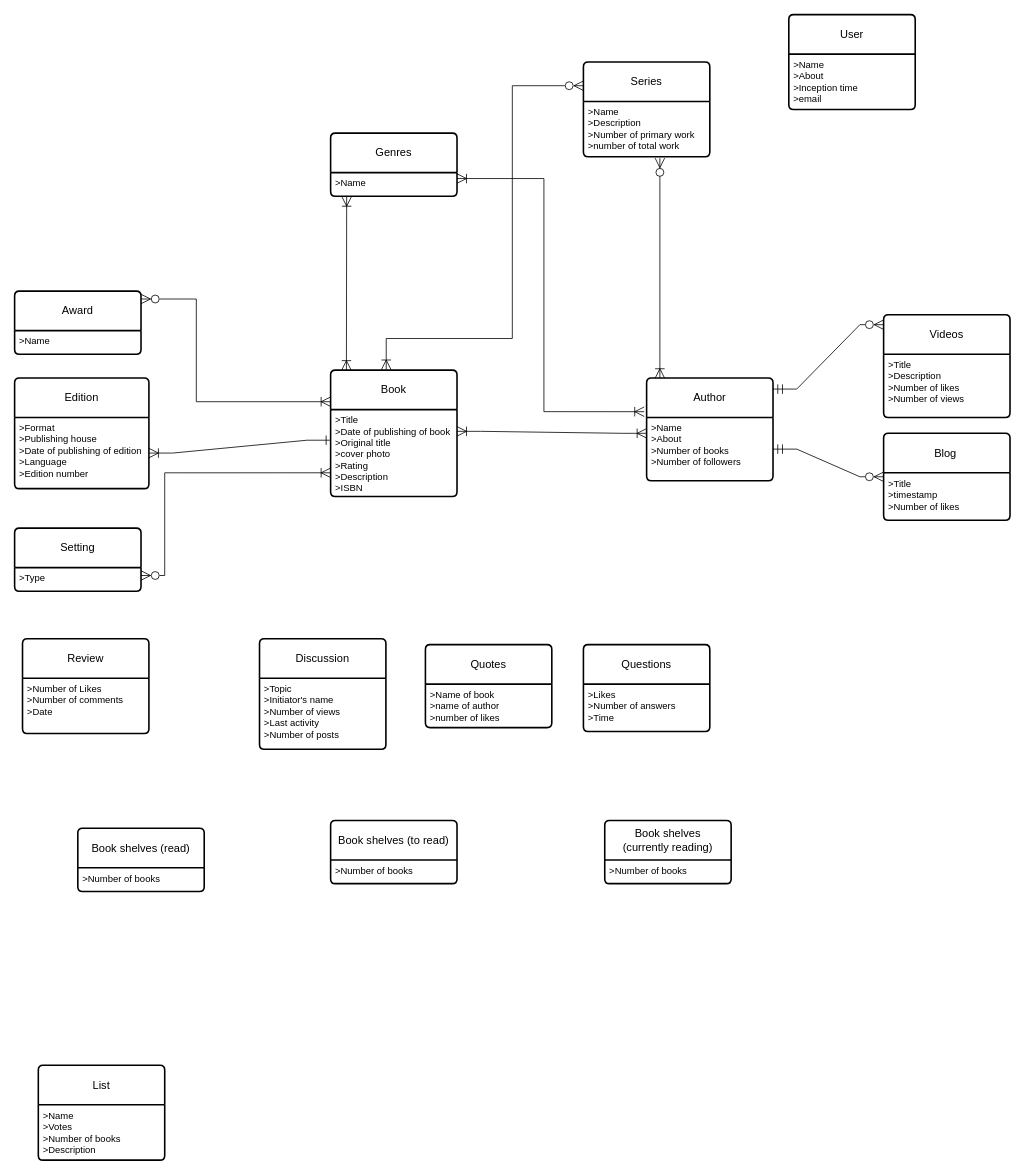
AyushSaxena01/erd keeps this draw.io diagram as Untitled Diagram.drawio. Above is the earlier version. Source tidied: cells renumbered, new cells numbered last; positions are measured from the earlier drawing's top-left corner, leaving out a move shared by most shapes. Both pictures are drawn from the tidied source at 79%, with x=0, y=0 at pixel (14, 14).
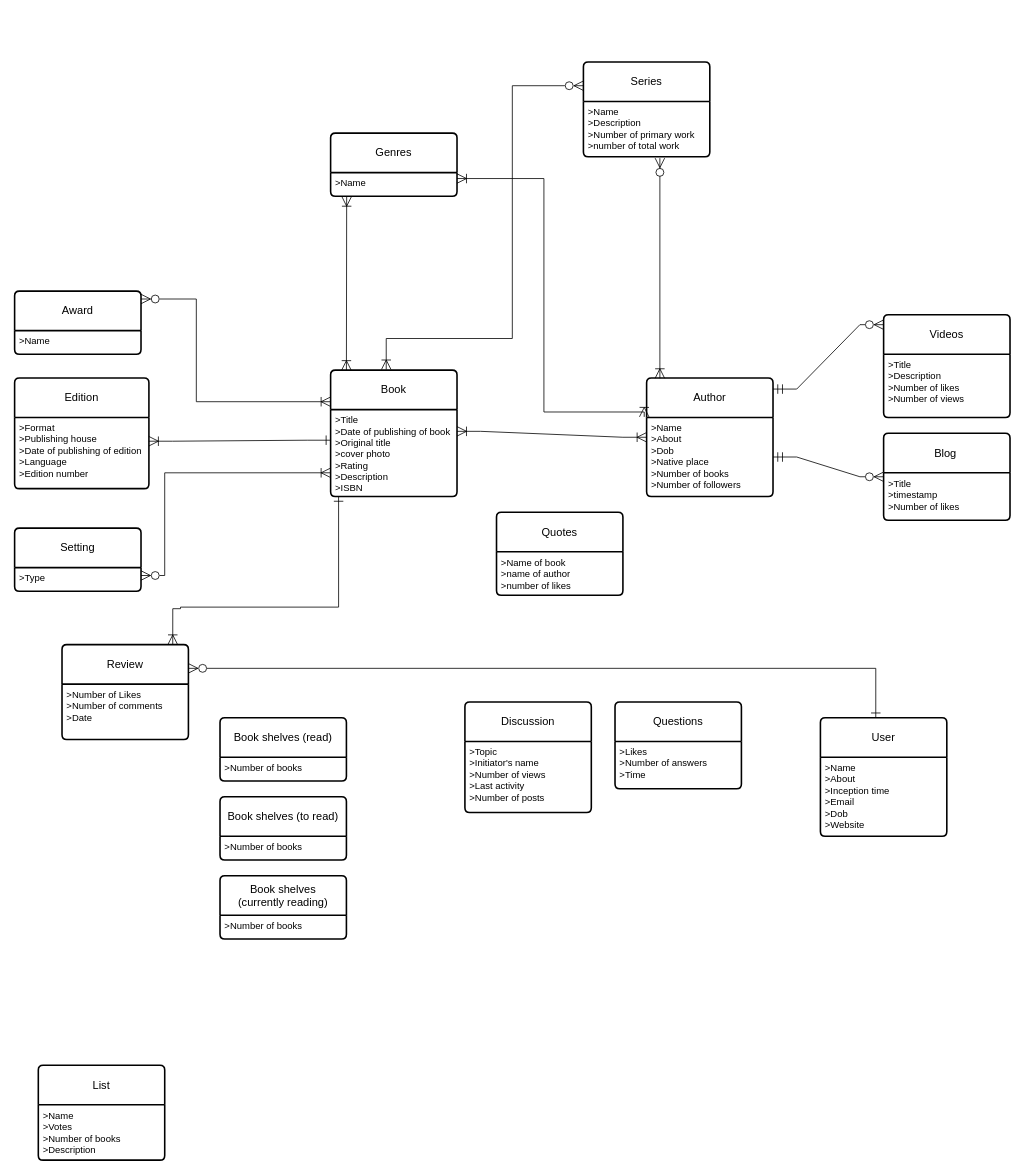
After the change.

Unchanged cells that the change refers to:
```xml
<mxCell id="3" value="&amp;gt;Title&lt;br&gt;&amp;gt;Date of publishing of book&lt;br&gt;&amp;gt;Original title&lt;br&gt;&amp;gt;cover photo&lt;br&gt;&amp;gt;Rating&lt;br&gt;&amp;gt;Description&lt;br&gt;&amp;gt;ISBN" style="align=left;strokeColor=none;fillColor=none;spacingLeft=4;fontSize=12;verticalAlign=top;html=1;" parent="2" vertex="1">
  <mxGeometry y="50" width="160" height="110" as="geometry" />
</mxCell>
<mxCell id="17" value="&amp;gt;Format&lt;br&gt;&amp;gt;Publishing house&lt;br&gt;&amp;gt;Date of publishing of edition&lt;br&gt;&amp;gt;Language&lt;br&gt;&amp;gt;Edition number" style="align=left;strokeColor=none;fillColor=none;spacingLeft=4;fontSize=12;verticalAlign=top;html=1;" parent="16" vertex="1">
  <mxGeometry y="50" width="170" height="90" as="geometry" />
</mxCell>
```

Diff of the diagram source:
```diff
@@
     <mxCell id="4" value="Author" style="swimlane;horizontal=1;startSize=50;rounded=1;fontSize=14;fontStyle=0;strokeWidth=2;shadow=0;dashed=0;align=center;arcSize=4;whiteSpace=wrap;html=1;" parent="1" vertex="1">
-      <mxGeometry x="800" y="460" width="160" height="130" as="geometry" />
+      <mxGeometry x="800" y="460" width="160" height="150" as="geometry" />
     </mxCell>
-    <mxCell id="5" value="&amp;gt;Name&lt;br&gt;&amp;gt;About&lt;br&gt;&amp;gt;Number of books&lt;br&gt;&amp;gt;Number of followers&lt;br&gt;" style="align=left;strokeColor=none;fillColor=none;spacingLeft=4;fontSize=12;verticalAlign=top;html=1;" parent="4" vertex="1">
-      <mxGeometry y="50" width="160" height="80" as="geometry" />
+    <mxCell id="5" value="&amp;gt;Name&lt;br&gt;&amp;gt;About&lt;br&gt;&amp;gt;Dob&lt;br&gt;&amp;gt;Native place&lt;br&gt;&amp;gt;Number of books&lt;br&gt;&amp;gt;Number of followers" style="align=left;strokeColor=none;fillColor=none;spacingLeft=4;fontSize=12;verticalAlign=top;html=1;" parent="4" vertex="1">
+      <mxGeometry y="50" width="160" height="100" as="geometry" />
     </mxCell>
     <mxCell id="6" value="Review" style="swimlane;horizontal=1;startSize=50;rounded=1;fontSize=14;fontStyle=0;strokeWidth=2;shadow=0;dashed=0;align=center;arcSize=4;whiteSpace=wrap;html=1;" parent="1" vertex="1">
-      <mxGeometry x="10" y="790" width="160" height="120" as="geometry" />
+      <mxGeometry x="60" y="797.5" width="160" height="120" as="geometry" />
     </mxCell>
@@
     <mxCell id="18" value="Quotes" style="swimlane;horizontal=1;startSize=50;rounded=1;fontSize=14;fontStyle=0;strokeWidth=2;shadow=0;dashed=0;align=center;arcSize=4;whiteSpace=wrap;html=1;" parent="1" vertex="1">
-      <mxGeometry x="520" y="797.5" width="160" height="105" as="geometry" />
+      <mxGeometry x="610" y="630" width="160" height="105" as="geometry" />
     </mxCell>
@@
     <mxCell id="20" value="Discussion" style="swimlane;horizontal=1;startSize=50;rounded=1;fontSize=14;fontStyle=0;strokeWidth=2;shadow=0;dashed=0;align=center;arcSize=4;whiteSpace=wrap;html=1;" parent="1" vertex="1">
-      <mxGeometry x="310" y="790" width="160" height="140" as="geometry" />
+      <mxGeometry x="570" y="870" width="160" height="140" as="geometry" />
     </mxCell>
@@
     <mxCell id="22" value="Questions" style="swimlane;horizontal=1;startSize=50;rounded=1;fontSize=14;fontStyle=0;strokeWidth=2;shadow=0;dashed=0;align=center;arcSize=4;whiteSpace=wrap;html=1;" parent="1" vertex="1">
-      <mxGeometry x="720" y="797.5" width="160" height="110" as="geometry" />
+      <mxGeometry x="760" y="870" width="160" height="110" as="geometry" />
     </mxCell>
@@
     <mxCell id="26" value="User" style="swimlane;horizontal=1;startSize=50;rounded=1;fontSize=14;fontStyle=0;strokeWidth=2;shadow=0;dashed=0;align=center;arcSize=4;whiteSpace=wrap;html=1;" parent="1" vertex="1">
-      <mxGeometry x="980" width="160" height="120" as="geometry" />
+      <mxGeometry x="1020" y="890" width="160" height="150" as="geometry" />
     </mxCell>
-    <mxCell id="27" value="&amp;gt;Name&lt;br&gt;&amp;gt;About&lt;br&gt;&amp;gt;Inception time&lt;br&gt;&amp;gt;email" style="align=left;strokeColor=none;fillColor=none;spacingLeft=4;fontSize=12;verticalAlign=top;html=1;" parent="26" vertex="1">
-      <mxGeometry y="50" width="160" height="70" as="geometry" />
+    <mxCell id="27" value="&amp;gt;Name&lt;br&gt;&amp;gt;About&lt;br&gt;&amp;gt;Inception time&lt;br&gt;&amp;gt;Email&lt;br&gt;&amp;gt;Dob&lt;br&gt;&amp;gt;Website" style="align=left;strokeColor=none;fillColor=none;spacingLeft=4;fontSize=12;verticalAlign=top;html=1;" parent="26" vertex="1">
+      <mxGeometry y="50" width="160" height="100" as="geometry" />
     </mxCell>
     <mxCell id="28" value="Book shelves (read)" style="swimlane;horizontal=1;startSize=50;rounded=1;fontSize=14;fontStyle=0;strokeWidth=2;shadow=0;dashed=0;align=center;arcSize=4;whiteSpace=wrap;html=1;" parent="1" vertex="1">
-      <mxGeometry x="80" y="1030" width="160" height="80" as="geometry" />
+      <mxGeometry x="260" y="890" width="160" height="80" as="geometry" />
     </mxCell>
@@
     <mxCell id="30" value="Book shelves (to read)" style="swimlane;horizontal=1;startSize=50;rounded=1;fontSize=14;fontStyle=0;strokeWidth=2;shadow=0;dashed=0;align=center;arcSize=4;whiteSpace=wrap;html=1;" parent="1" vertex="1">
-      <mxGeometry x="400" y="1020" width="160" height="80" as="geometry" />
+      <mxGeometry x="260" y="990" width="160" height="80" as="geometry" />
     </mxCell>
@@
     <mxCell id="32" value="Book shelves &lt;br&gt;(currently reading)" style="swimlane;horizontal=1;startSize=50;rounded=1;fontSize=14;fontStyle=0;strokeWidth=2;shadow=0;dashed=0;align=center;arcSize=4;whiteSpace=wrap;html=1;" parent="1" vertex="1">
-      <mxGeometry x="747" y="1020" width="160" height="80" as="geometry" />
+      <mxGeometry x="260" y="1090" width="160" height="80" as="geometry" />
     </mxCell>
@@
-    <mxCell id="47" style="edgeStyle=entityRelationEdgeStyle;fontSize=12;html=1;endArrow=ERone;endFill=0;rounded=0;startArrow=ERoneToMany;startFill=0;jumpSize=6;startSize=10;endSize=10;entryX=0.002;entryY=0.352;entryDx=0;entryDy=0;entryPerimeter=0;" parent="1" edge="1" source="17" target="3">
-      <mxGeometry relative="1" as="geometry" />
+    <mxCell id="47" style="edgeStyle=entityRelationEdgeStyle;fontSize=12;html=1;endArrow=ERone;endFill=0;rounded=0;startArrow=ERoneToMany;startFill=0;jumpSize=6;startSize=10;endSize=10;entryX=0.002;entryY=0.352;entryDx=0;entryDy=0;entryPerimeter=0;" parent="1" edge="1" target="3">
+      <mxGeometry relative="1" as="geometry">
+        <mxPoint x="170" y="540" as="sourcePoint" />
+      </mxGeometry>
     </mxCell>
+    <mxCell id="48" style="edgeStyle=orthogonalEdgeStyle;fontSize=12;html=1;endArrow=ERone;startArrow=ERoneToMany;rounded=0;entryX=0.063;entryY=1;entryDx=0;entryDy=0;entryPerimeter=0;exitX=0.876;exitY=-0.003;exitDx=0;exitDy=0;exitPerimeter=0;endSize=10;startSize=10;endFill=0;startFill=0;" parent="1" edge="1" source="6" target="3">
+      <mxGeometry relative="1" as="geometry">
+        <Array as="points">
+          <mxPoint x="200" y="752" />
+          <mxPoint x="210" y="752" />
+          <mxPoint x="210" y="750" />
+          <mxPoint x="410" y="750" />
+        </Array>
+      </mxGeometry>
+    </mxCell>
+    <mxCell id="49" style="edgeStyle=orthogonalEdgeStyle;fontSize=12;html=1;endArrow=ERone;startArrow=ERzeroToMany;rounded=0;entryX=0.438;entryY=0;entryDx=0;entryDy=0;entryPerimeter=0;exitX=1;exitY=0.25;exitDx=0;exitDy=0;startFill=0;endSize=10;startSize=10;endFill=0;" parent="1" edge="1" source="6" target="26">
+      <mxGeometry relative="1" as="geometry">
+        <Array as="points">
+          <mxPoint x="1090" y="828" />
+        </Array>
+      </mxGeometry>
+    </mxCell>
```
